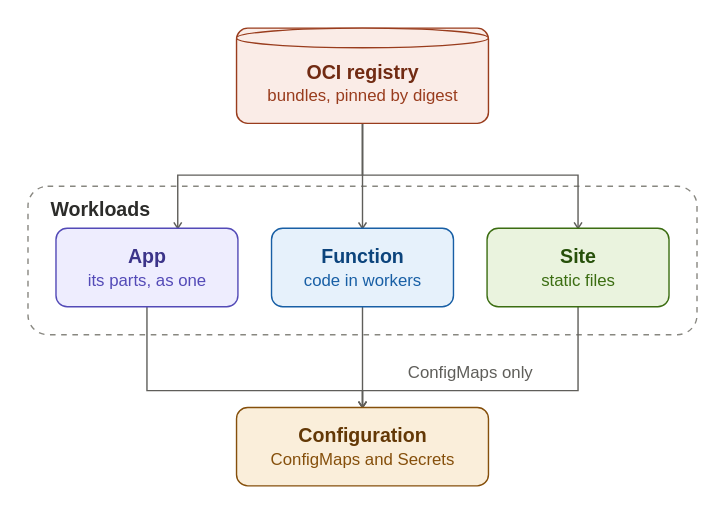
Earlier version of the draw.io export docs/guide/assets/workloads.drawio.svg (pyvvo/funcd). Source tidied: cells renumbered, new cells last; positions are measured from the earlier drawing's top-left corner, leaving out a move shared by most shapes.
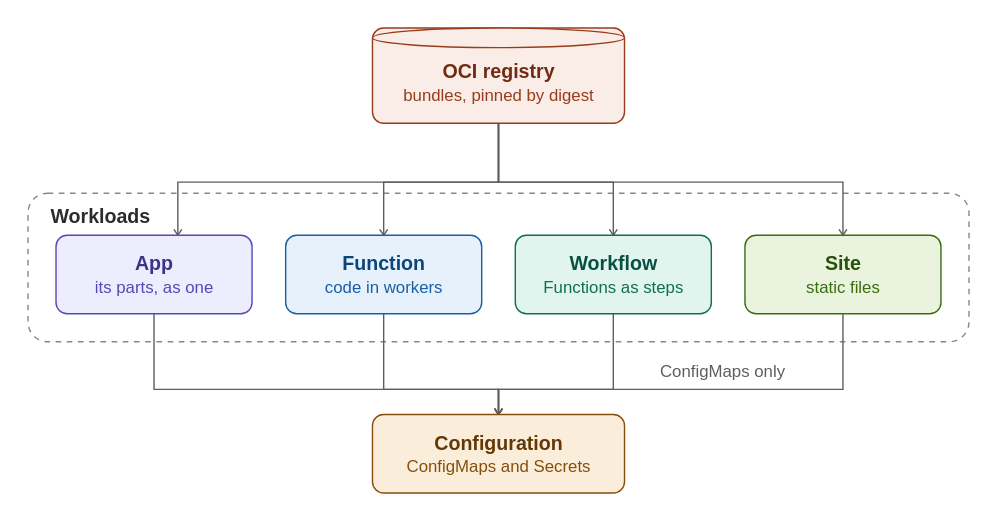
The same diagram one commit later.

Commit message:
docs(guide): Workflow joins Workloads, and Events becomes its own page

The edit, as a diff of the source:
```diff
@@ -3,61 +3,90 @@
     <mxCell id="0" />
     <mxCell id="1" parent="0" />
     <mxCell id="2" value="&lt;b&gt;OCI registry&lt;/b&gt;&lt;br&gt;&lt;font style=&quot;font-size:12px&quot; color=&quot;#993C1D&quot;&gt;bundles, pinned by digest&lt;/font&gt;" style="shape=cylinder3;boundedLbl=1;size=8;whiteSpace=wrap;html=1;fillColor=#FAECE7;strokeColor=#993C1D;fontColor=#712B13;fontSize=14;" parent="1" vertex="1">
-      <mxGeometry x="149" width="180" height="68" as="geometry" />
+      <mxGeometry x="246" width="180" height="68" as="geometry" />
     </mxCell>
     <mxCell id="3" value="Workloads" style="rounded=1;absoluteArcSize=1;arcSize=28;dashed=1;fillColor=none;strokeColor=#888780;fontStyle=1;fontSize=14;fontColor=#2C2C2A;align=left;verticalAlign=top;spacingLeft=10;spacingTop=2;html=1;" parent="1" vertex="1">
-      <mxGeometry y="113" width="478" height="106" as="geometry" />
+      <mxGeometry y="118" width="672" height="106" as="geometry" />
     </mxCell>
     <mxCell id="4" value="&lt;b&gt;App&lt;/b&gt;&lt;br&gt;&lt;font style=&quot;font-size:12px&quot; color=&quot;#534AB7&quot;&gt;its parts, as one&lt;/font&gt;" style="rounded=1;absoluteArcSize=1;arcSize=16;whiteSpace=wrap;html=1;fillColor=#EEEDFE;strokeColor=#534AB7;fontColor=#3C3489;fontSize=14;" parent="3" vertex="1">
-      <mxGeometry x="20" y="30" width="130" height="56" as="geometry" />
+      <mxGeometry x="20" y="30" width="140" height="56" as="geometry" />
     </mxCell>
     <mxCell id="5" value="&lt;b&gt;Function&lt;/b&gt;&lt;br&gt;&lt;font style=&quot;font-size:12px&quot; color=&quot;#185FA5&quot;&gt;code in workers&lt;/font&gt;" style="rounded=1;absoluteArcSize=1;arcSize=16;whiteSpace=wrap;html=1;fillColor=#E6F1FB;strokeColor=#185FA5;fontColor=#0C447C;fontSize=14;" parent="3" vertex="1">
-      <mxGeometry x="174" y="30" width="130" height="56" as="geometry" />
+      <mxGeometry x="184" y="30" width="140" height="56" as="geometry" />
     </mxCell>
-    <mxCell id="6" value="&lt;b&gt;Site&lt;/b&gt;&lt;br&gt;&lt;font style=&quot;font-size:12px&quot; color=&quot;#3B6D11&quot;&gt;static files&lt;/font&gt;" style="rounded=1;absoluteArcSize=1;arcSize=16;whiteSpace=wrap;html=1;fillColor=#EAF3DE;strokeColor=#3B6D11;fontColor=#27500A;fontSize=14;" parent="3" vertex="1">
-      <mxGeometry x="328" y="30" width="130" height="56" as="geometry" />
+    <mxCell id="6" value="&lt;b&gt;Workflow&lt;/b&gt;&lt;br&gt;&lt;font style=&quot;font-size:12px&quot; color=&quot;#0F6E56&quot;&gt;Functions as steps&lt;/font&gt;" style="rounded=1;absoluteArcSize=1;arcSize=16;whiteSpace=wrap;html=1;fillColor=#E1F5EE;strokeColor=#0F6E56;fontColor=#085041;fontSize=14;" parent="3" vertex="1">
+      <mxGeometry x="348" y="30" width="140" height="56" as="geometry" />
     </mxCell>
-    <mxCell id="7" value="&lt;b&gt;Configuration&lt;/b&gt;&lt;br&gt;&lt;font style=&quot;font-size:12px&quot; color=&quot;#854F0B&quot;&gt;ConfigMaps and Secrets&lt;/font&gt;" style="rounded=1;absoluteArcSize=1;arcSize=16;whiteSpace=wrap;html=1;fillColor=#FAEEDA;strokeColor=#854F0B;fontColor=#633806;fontSize=14;" parent="1" vertex="1">
-      <mxGeometry x="149" y="271" width="180" height="56" as="geometry" />
+    <mxCell id="7" value="&lt;b&gt;Site&lt;/b&gt;&lt;br&gt;&lt;font style=&quot;font-size:12px&quot; color=&quot;#3B6D11&quot;&gt;static files&lt;/font&gt;" style="rounded=1;absoluteArcSize=1;arcSize=16;whiteSpace=wrap;html=1;fillColor=#EAF3DE;strokeColor=#3B6D11;fontColor=#27500A;fontSize=14;" parent="3" vertex="1">
+      <mxGeometry x="512" y="30" width="140" height="56" as="geometry" />
     </mxCell>
+    <mxCell id="14" value="&lt;b&gt;Configuration&lt;/b&gt;&lt;br&gt;&lt;font style=&quot;font-size:12px&quot; color=&quot;#854F0B&quot;&gt;ConfigMaps and Secrets&lt;/font&gt;" style="rounded=1;absoluteArcSize=1;arcSize=16;whiteSpace=wrap;html=1;fillColor=#FAEEDA;strokeColor=#854F0B;fontColor=#633806;fontSize=14;" parent="1" vertex="1">
+      <mxGeometry x="246" y="276" width="180" height="56" as="geometry" />
+    </mxCell>
-    <mxCell id="8" style="edgeStyle=orthogonalEdgeStyle;rounded=0;html=1;jettySize=auto;strokeColor=#5F5E5A;fontColor=#5F5E5A;fontSize=12;labelBackgroundColor=#FFFFFF;endSize=7;endArrow=open;endFill=0;exitX=0.5;exitY=1;exitDx=0;exitDy=0;exitPerimeter=0;entryX=0.669;entryY=0;entryDx=0;entryDy=0;entryPerimeter=0;" parent="1" edge="1" source="2" target="4">
+    <mxCell id="8" style="edgeStyle=orthogonalEdgeStyle;rounded=0;html=1;jettySize=auto;strokeColor=#5F5E5A;fontColor=#5F5E5A;fontSize=12;labelBackgroundColor=#FFFFFF;endSize=7;endArrow=open;endFill=0;exitX=0.5;exitY=1;exitDx=0;exitDy=0;exitPerimeter=0;entryX=0.621;entryY=0;entryDx=0;entryDy=0;entryPerimeter=0;" parent="1" edge="1" source="2" target="4">
       <mxGeometry relative="1" as="geometry">
         <Array as="points">
-          <mxPoint x="239" y="105" />
-          <mxPoint x="107" y="105" />
+          <mxPoint x="336" y="110" />
+          <mxPoint x="107" y="110" />
         </Array>
       </mxGeometry>
     </mxCell>
     <mxCell id="9" style="edgeStyle=orthogonalEdgeStyle;rounded=0;html=1;jettySize=auto;strokeColor=#5F5E5A;fontColor=#5F5E5A;fontSize=12;labelBackgroundColor=#FFFFFF;endSize=7;endArrow=open;endFill=0;exitX=0.5;exitY=1;exitDx=0;exitDy=0;exitPerimeter=0;entryX=0.5;entryY=0;entryDx=0;entryDy=0;entryPerimeter=0;" parent="1" edge="1" source="2" target="5">
-      <mxGeometry relative="1" as="geometry" />
+      <mxGeometry relative="1" as="geometry">
+        <Array as="points">
+          <mxPoint x="336" y="110" />
+          <mxPoint x="254" y="110" />
+        </Array>
+      </mxGeometry>
     </mxCell>
     <mxCell id="10" style="edgeStyle=orthogonalEdgeStyle;rounded=0;html=1;jettySize=auto;strokeColor=#5F5E5A;fontColor=#5F5E5A;fontSize=12;labelBackgroundColor=#FFFFFF;endSize=7;endArrow=open;endFill=0;exitX=0.5;exitY=1;exitDx=0;exitDy=0;exitPerimeter=0;entryX=0.5;entryY=0;entryDx=0;entryDy=0;entryPerimeter=0;" parent="1" edge="1" source="2" target="6">
       <mxGeometry relative="1" as="geometry">
         <Array as="points">
-          <mxPoint x="239" y="105" />
-          <mxPoint x="393" y="105" />
+          <mxPoint x="336" y="110" />
+          <mxPoint x="418" y="110" />
         </Array>
       </mxGeometry>
     </mxCell>
-    <mxCell id="11" style="edgeStyle=orthogonalEdgeStyle;rounded=0;html=1;jettySize=auto;strokeColor=#5F5E5A;fontColor=#5F5E5A;fontSize=12;labelBackgroundColor=#FFFFFF;endSize=7;endArrow=open;endFill=0;exitX=0.5;exitY=1;exitDx=0;exitDy=0;exitPerimeter=0;entryX=0.5;entryY=0;entryDx=0;entryDy=0;entryPerimeter=0;" parent="1" edge="1" source="4" target="7">
+    <mxCell id="11" style="edgeStyle=orthogonalEdgeStyle;rounded=0;html=1;jettySize=auto;strokeColor=#5F5E5A;fontColor=#5F5E5A;fontSize=12;labelBackgroundColor=#FFFFFF;endSize=7;endArrow=open;endFill=0;exitX=0.5;exitY=1;exitDx=0;exitDy=0;exitPerimeter=0;entryX=0.5;entryY=0;entryDx=0;entryDy=0;entryPerimeter=0;" parent="1" edge="1" source="2" target="7">
       <mxGeometry relative="1" as="geometry">
         <Array as="points">
-          <mxPoint x="85" y="259" />
-          <mxPoint x="239" y="259" />
+          <mxPoint x="336" y="110" />
+          <mxPoint x="582" y="110" />
         </Array>
       </mxGeometry>
     </mxCell>
-    <mxCell id="12" style="edgeStyle=orthogonalEdgeStyle;rounded=0;html=1;jettySize=auto;strokeColor=#5F5E5A;fontColor=#5F5E5A;fontSize=12;labelBackgroundColor=#FFFFFF;endSize=7;endArrow=open;endFill=0;exitX=0.5;exitY=1;exitDx=0;exitDy=0;exitPerimeter=0;entryX=0.5;entryY=0;entryDx=0;entryDy=0;entryPerimeter=0;" parent="1" edge="1" source="5" target="7">
-      <mxGeometry relative="1" as="geometry" />
+    <mxCell id="12" style="edgeStyle=orthogonalEdgeStyle;rounded=0;html=1;jettySize=auto;strokeColor=#5F5E5A;fontColor=#5F5E5A;fontSize=12;labelBackgroundColor=#FFFFFF;endSize=7;endArrow=open;endFill=0;exitX=0.5;exitY=1;exitDx=0;exitDy=0;exitPerimeter=0;entryX=0.5;entryY=0;entryDx=0;entryDy=0;entryPerimeter=0;" parent="1" edge="1" source="4" target="14">
+      <mxGeometry relative="1" as="geometry">
+        <Array as="points">
+          <mxPoint x="90" y="258" />
+          <mxPoint x="336" y="258" />
+        </Array>
+      </mxGeometry>
     </mxCell>
-    <mxCell id="13" value="ConfigMaps only" style="edgeStyle=orthogonalEdgeStyle;rounded=0;html=1;jettySize=auto;strokeColor=#5F5E5A;fontColor=#5F5E5A;fontSize=12;labelBackgroundColor=#FFFFFF;endSize=7;endArrow=open;endFill=0;exitX=0.5;exitY=1;exitDx=0;exitDy=0;exitPerimeter=0;entryX=0.5;entryY=0;entryDx=0;entryDy=0;entryPerimeter=0;" parent="1" edge="1" source="6" target="7">
-      <mxGeometry x="0.21" relative="1" as="geometry">
+    <mxCell id="13" style="edgeStyle=orthogonalEdgeStyle;rounded=0;html=1;jettySize=auto;strokeColor=#5F5E5A;fontColor=#5F5E5A;fontSize=12;labelBackgroundColor=#FFFFFF;endSize=7;endArrow=open;endFill=0;exitX=0.5;exitY=1;exitDx=0;exitDy=0;exitPerimeter=0;entryX=0.5;entryY=0;entryDx=0;entryDy=0;entryPerimeter=0;" parent="1" edge="1" source="5" target="14">
+      <mxGeometry relative="1" as="geometry">
         <Array as="points">
-          <mxPoint x="393" y="259" />
-          <mxPoint x="239" y="259" />
+          <mxPoint x="254" y="258" />
+          <mxPoint x="336" y="258" />
         </Array>
-        <mxPoint y="-13" as="offset" />
       </mxGeometry>
     </mxCell>
+    <mxCell id="15" style="edgeStyle=orthogonalEdgeStyle;rounded=0;html=1;jettySize=auto;strokeColor=#5F5E5A;fontColor=#5F5E5A;fontSize=12;labelBackgroundColor=#FFFFFF;endSize=7;endArrow=open;endFill=0;exitX=0.5;exitY=1;exitDx=0;exitDy=0;exitPerimeter=0;entryX=0.5;entryY=0;entryDx=0;entryDy=0;entryPerimeter=0;" parent="1" edge="1" source="6" target="14">
+      <mxGeometry relative="1" as="geometry">
+        <Array as="points">
+          <mxPoint x="418" y="258" />
+          <mxPoint x="336" y="258" />
+        </Array>
+      </mxGeometry>
+    </mxCell>
+    <mxCell id="16" value="ConfigMaps only" style="edgeStyle=orthogonalEdgeStyle;rounded=0;html=1;jettySize=auto;strokeColor=#5F5E5A;fontColor=#5F5E5A;fontSize=12;labelBackgroundColor=#FFFFFF;endSize=7;endArrow=open;endFill=0;exitX=0.5;exitY=1;exitDx=0;exitDy=0;exitPerimeter=0;entryX=0.5;entryY=0;entryDx=0;entryDy=0;entryPerimeter=0;" parent="1" edge="1" source="7" target="14">
+      <mxGeometry x="-0.2" relative="1" as="geometry">
+        <Array as="points">
+          <mxPoint x="582" y="258" />
+          <mxPoint x="336" y="258" />
+        </Array>
+        <mxPoint x="-12" y="-13" as="offset" />
+      </mxGeometry>
+    </mxCell>
   </root>
 </mxGraphModel>
```
